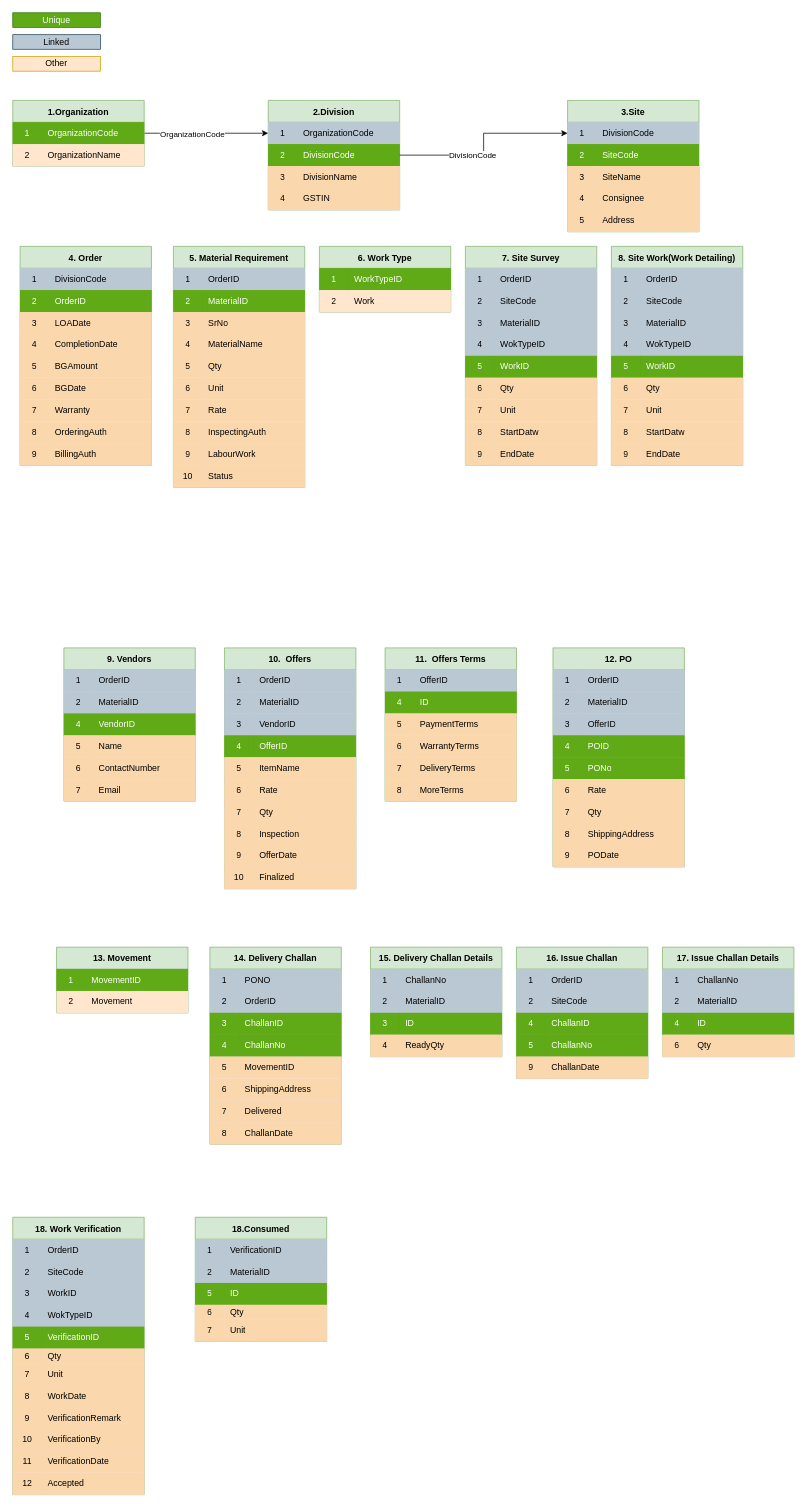
Earlier version of the draw.io diagram page "Database" (2 of 2) of Design/Project1.2.drawio (azad-2021/CyrusProjects). Source tidied: cells renumbered, new cells numbered last; positions are measured from the earlier drawing's top-left corner, leaving out a move shared by most shapes. Both pictures are drawn from the tidied source at 73%, with x=0, y=0 at pixel (12, 12).
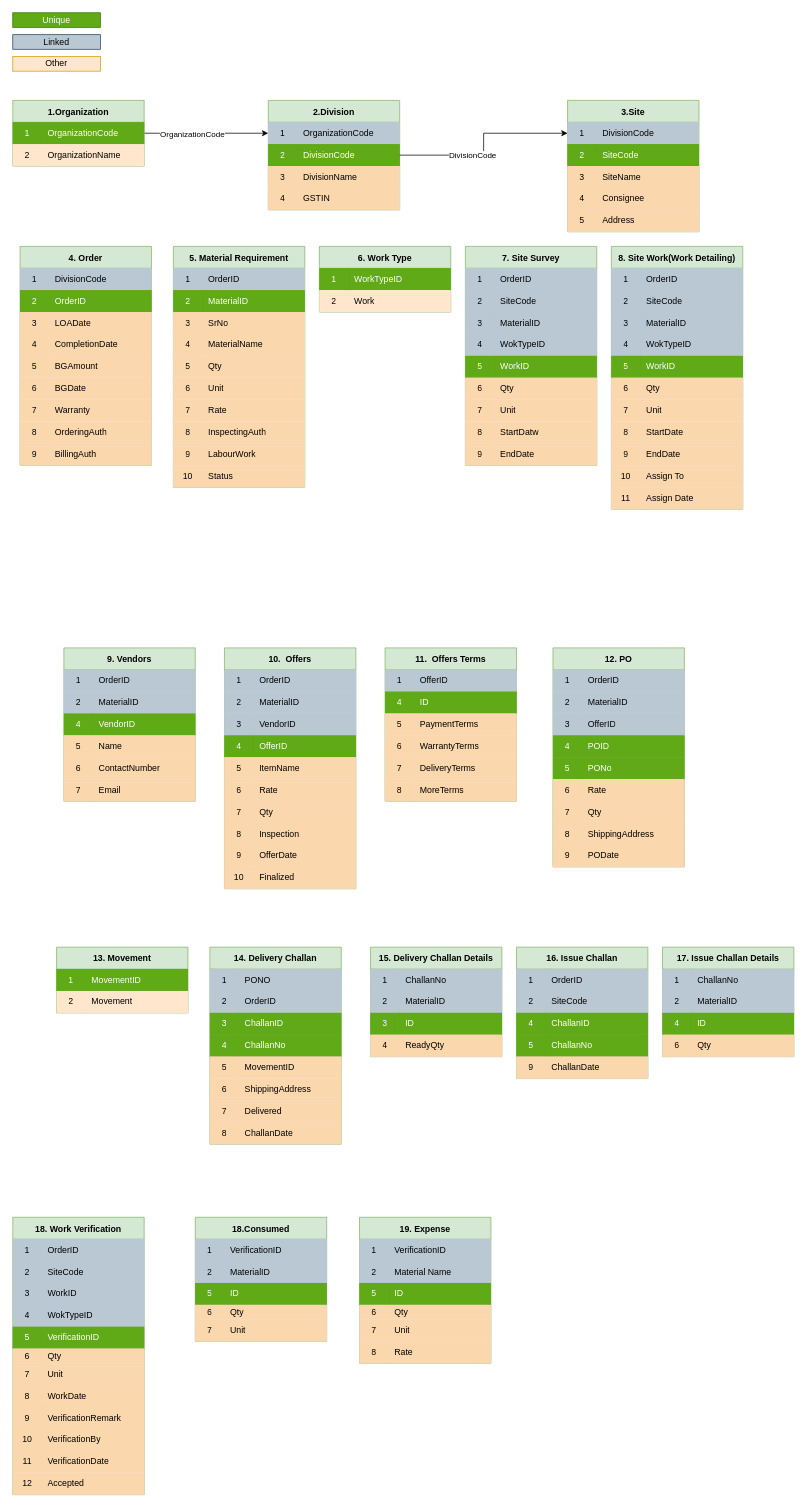
After the change.

Unchanged cells that the change refers to:
```xml
<mxCell id="161" style="shape=tableRow;horizontal=0;startSize=0;swimlaneHead=0;swimlaneBody=0;top=0;left=0;bottom=0;right=0;fillColor=#fad9d5;strokeColor=#ae4132;" parent="139" vertex="1">
  <mxGeometry y="240" width="180" height="30" as="geometry" />
</mxCell>
```

What changed in the source:
```diff
@@
     <mxCell id="139" value="8. Site Work(Work Detailing)" style="shape=table;startSize=30;childLayout=tableLayout;rowLines=0;fontStyle=1;fillColor=#d5e8d4;strokeColor=#82b366;" parent="1" vertex="1">
-      <mxGeometry x="820" y="320" width="180" height="300" as="geometry" />
+      <mxGeometry x="820" y="320" width="180" height="360" as="geometry" />
     </mxCell>
@@
-    <mxCell id="163" value="StartDatw" style="shape=partialRectangle;html=1;whiteSpace=wrap;fillColor=#fad7ac;top=0;left=0;bottom=0;right=0;align=left;spacingLeft=6;overflow=hidden;strokeColor=#b46504;" parent="161" vertex="1">
+    <mxCell id="163" value="StartDate" style="shape=partialRectangle;html=1;whiteSpace=wrap;fillColor=#fad7ac;top=0;left=0;bottom=0;right=0;align=left;spacingLeft=6;overflow=hidden;strokeColor=#b46504;" parent="161" vertex="1">
       <mxGeometry x="40" width="140" height="30" as="geometry" />
     </mxCell>
@@
+    <mxCell id="391" style="shape=tableRow;horizontal=0;startSize=0;swimlaneHead=0;swimlaneBody=0;top=0;left=0;bottom=0;right=0;fillColor=#fad9d5;strokeColor=#ae4132;" parent="139" vertex="1">
+      <mxGeometry y="300" width="180" height="30" as="geometry" />
+    </mxCell>
+    <mxCell id="392" value="10" style="shape=partialRectangle;html=1;whiteSpace=wrap;fillColor=#fad7ac;top=0;left=0;bottom=0;right=0;overflow=hidden;strokeColor=#b46504;" parent="391" vertex="1">
+      <mxGeometry width="40" height="30" as="geometry" />
+    </mxCell>
+    <mxCell id="393" value="Assign To" style="shape=partialRectangle;html=1;whiteSpace=wrap;fillColor=#fad7ac;top=0;left=0;bottom=0;right=0;align=left;spacingLeft=6;overflow=hidden;strokeColor=#b46504;" parent="391" vertex="1">
+      <mxGeometry x="40" width="140" height="30" as="geometry" />
+    </mxCell>
+    <mxCell id="394" style="shape=tableRow;horizontal=0;startSize=0;swimlaneHead=0;swimlaneBody=0;top=0;left=0;bottom=0;right=0;fillColor=#fad9d5;strokeColor=#ae4132;" parent="139" vertex="1">
+      <mxGeometry y="330" width="180" height="30" as="geometry" />
+    </mxCell>
+    <mxCell id="395" value="11" style="shape=partialRectangle;html=1;whiteSpace=wrap;fillColor=#fad7ac;top=0;left=0;bottom=0;right=0;overflow=hidden;strokeColor=#b46504;" parent="394" vertex="1">
+      <mxGeometry width="40" height="30" as="geometry" />
+    </mxCell>
+    <mxCell id="396" value="Assign Date" style="shape=partialRectangle;html=1;whiteSpace=wrap;fillColor=#fad7ac;top=0;left=0;bottom=0;right=0;align=left;spacingLeft=6;overflow=hidden;strokeColor=#b46504;" parent="394" vertex="1">
+      <mxGeometry x="40" width="140" height="30" as="geometry" />
+    </mxCell>
@@
+    <mxCell id="397" value="19. Expense" style="shape=table;startSize=30;childLayout=tableLayout;rowLines=0;fontStyle=1;fillColor=#d5e8d4;strokeColor=#82b366;" parent="1" vertex="1">
+      <mxGeometry x="475" y="1650" width="180" height="200" as="geometry" />
+    </mxCell>
+    <mxCell id="398" style="shape=tableRow;horizontal=0;startSize=0;swimlaneHead=0;swimlaneBody=0;top=0;left=0;bottom=0;right=0;fillColor=#bac8d3;strokeColor=#23445d;" parent="397" vertex="1">
+      <mxGeometry y="30" width="180" height="30" as="geometry" />
+    </mxCell>
+    <mxCell id="399" value="1" style="shape=partialRectangle;html=1;whiteSpace=wrap;top=0;left=0;bottom=0;right=0;overflow=hidden;fillColor=#bac8d3;strokeColor=#23445d;" parent="398" vertex="1">
+      <mxGeometry width="40" height="30" as="geometry" />
+    </mxCell>
+    <mxCell id="400" value="VerificationID" style="shape=partialRectangle;html=1;whiteSpace=wrap;top=0;left=0;bottom=0;right=0;align=left;spacingLeft=6;overflow=hidden;fillColor=#bac8d3;strokeColor=#23445d;" parent="398" vertex="1">
+      <mxGeometry x="40" width="140" height="30" as="geometry" />
+    </mxCell>
+    <mxCell id="401" style="shape=tableRow;horizontal=0;startSize=0;swimlaneHead=0;swimlaneBody=0;top=0;left=0;bottom=0;right=0;fillColor=#bac8d3;strokeColor=#23445d;" parent="397" vertex="1">
+      <mxGeometry y="60" width="180" height="30" as="geometry" />
+    </mxCell>
+    <mxCell id="402" value="2" style="shape=partialRectangle;html=1;whiteSpace=wrap;top=0;left=0;bottom=0;right=0;overflow=hidden;fillColor=#bac8d3;strokeColor=#23445d;" parent="401" vertex="1">
+      <mxGeometry width="40" height="30" as="geometry" />
+    </mxCell>
+    <mxCell id="403" value="Material Name" style="shape=partialRectangle;html=1;whiteSpace=wrap;top=0;left=0;bottom=0;right=0;align=left;spacingLeft=6;overflow=hidden;fillColor=#bac8d3;strokeColor=#23445d;" parent="401" vertex="1">
+      <mxGeometry x="40" width="140" height="30" as="geometry" />
+    </mxCell>
+    <mxCell id="404" style="shape=tableRow;horizontal=0;startSize=0;swimlaneHead=0;swimlaneBody=0;top=0;left=0;bottom=0;right=0;fillColor=#60a917;fontColor=#ffffff;strokeColor=#2D7600;" parent="397" vertex="1">
+      <mxGeometry y="90" width="180" height="30" as="geometry" />
+    </mxCell>
+    <mxCell id="405" value="5" style="shape=partialRectangle;html=1;whiteSpace=wrap;fillColor=#60a917;top=0;left=0;bottom=0;right=0;overflow=hidden;fontColor=#ffffff;strokeColor=#2D7600;" parent="404" vertex="1">
+      <mxGeometry width="40" height="30" as="geometry" />
+    </mxCell>
+    <mxCell id="406" value="ID" style="shape=partialRectangle;html=1;whiteSpace=wrap;fillColor=#60a917;top=0;left=0;bottom=0;right=0;align=left;spacingLeft=6;overflow=hidden;fontColor=#ffffff;strokeColor=#2D7600;" parent="404" vertex="1">
+      <mxGeometry x="40" width="140" height="30" as="geometry" />
+    </mxCell>
+    <mxCell id="407" style="shape=tableRow;horizontal=0;startSize=0;swimlaneHead=0;swimlaneBody=0;top=0;left=0;bottom=0;right=0;fillColor=#fad9d5;strokeColor=#ae4132;" parent="397" vertex="1">
+      <mxGeometry y="120" width="180" height="20" as="geometry" />
+    </mxCell>
+    <mxCell id="408" value="6" style="shape=partialRectangle;html=1;whiteSpace=wrap;fillColor=#fad7ac;top=0;left=0;bottom=0;right=0;overflow=hidden;strokeColor=#b46504;" parent="407" vertex="1">
+      <mxGeometry width="40" height="20" as="geometry" />
+    </mxCell>
+    <mxCell id="409" value="Qty" style="shape=partialRectangle;html=1;whiteSpace=wrap;fillColor=#fad7ac;top=0;left=0;bottom=0;right=0;align=left;spacingLeft=6;overflow=hidden;strokeColor=#b46504;" parent="407" vertex="1">
+      <mxGeometry x="40" width="140" height="20" as="geometry" />
+    </mxCell>
+    <mxCell id="410" style="shape=tableRow;horizontal=0;startSize=0;swimlaneHead=0;swimlaneBody=0;top=0;left=0;bottom=0;right=0;fillColor=#fad9d5;strokeColor=#ae4132;" parent="397" vertex="1">
+      <mxGeometry y="140" width="180" height="30" as="geometry" />
+    </mxCell>
+    <mxCell id="411" value="7" style="shape=partialRectangle;html=1;whiteSpace=wrap;fillColor=#fad7ac;top=0;left=0;bottom=0;right=0;overflow=hidden;strokeColor=#b46504;" parent="410" vertex="1">
+      <mxGeometry width="40" height="30" as="geometry" />
+    </mxCell>
+    <mxCell id="412" value="Unit" style="shape=partialRectangle;html=1;whiteSpace=wrap;fillColor=#fad7ac;top=0;left=0;bottom=0;right=0;align=left;spacingLeft=6;overflow=hidden;strokeColor=#b46504;" parent="410" vertex="1">
+      <mxGeometry x="40" width="140" height="30" as="geometry" />
+    </mxCell>
+    <mxCell id="413" style="shape=tableRow;horizontal=0;startSize=0;swimlaneHead=0;swimlaneBody=0;top=0;left=0;bottom=0;right=0;fillColor=#fad9d5;strokeColor=#ae4132;" parent="397" vertex="1">
+      <mxGeometry y="170" width="180" height="30" as="geometry" />
+    </mxCell>
+    <mxCell id="414" value="8" style="shape=partialRectangle;html=1;whiteSpace=wrap;fillColor=#fad7ac;top=0;left=0;bottom=0;right=0;overflow=hidden;strokeColor=#b46504;" parent="413" vertex="1">
+      <mxGeometry width="40" height="30" as="geometry" />
+    </mxCell>
+    <mxCell id="415" value="Rate" style="shape=partialRectangle;html=1;whiteSpace=wrap;fillColor=#fad7ac;top=0;left=0;bottom=0;right=0;align=left;spacingLeft=6;overflow=hidden;strokeColor=#b46504;" parent="413" vertex="1">
+      <mxGeometry x="40" width="140" height="30" as="geometry" />
+    </mxCell>
```
